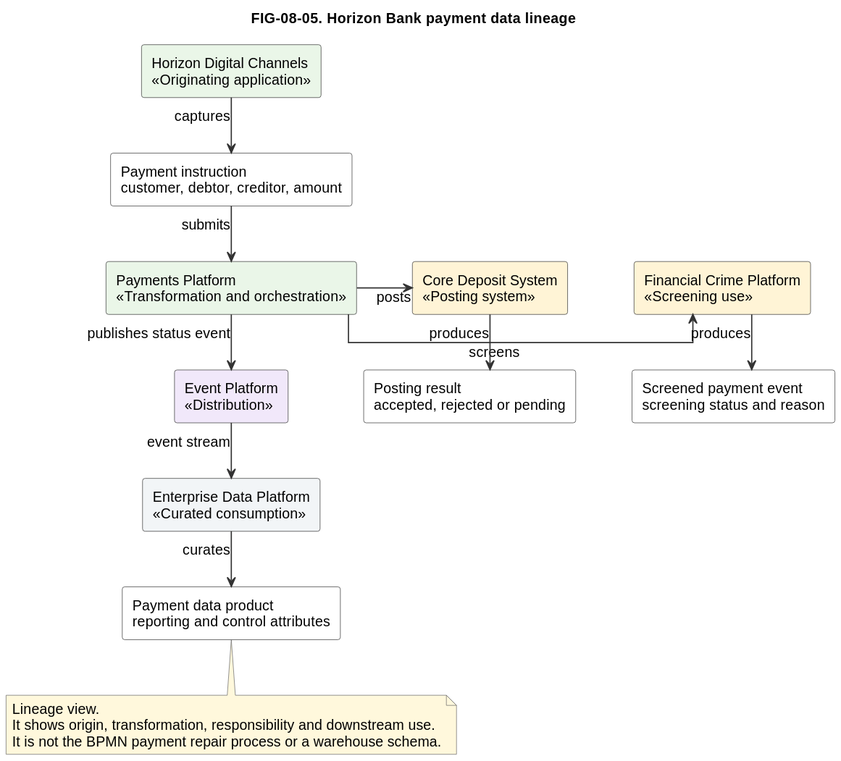
nishikanttiwari01/Architecture_Modelling keeps this PlantUML diagram as diagrams/exported/svg/FIG-08-05-horizon-bank-payment-lineage.svg. Above is the earlier version.
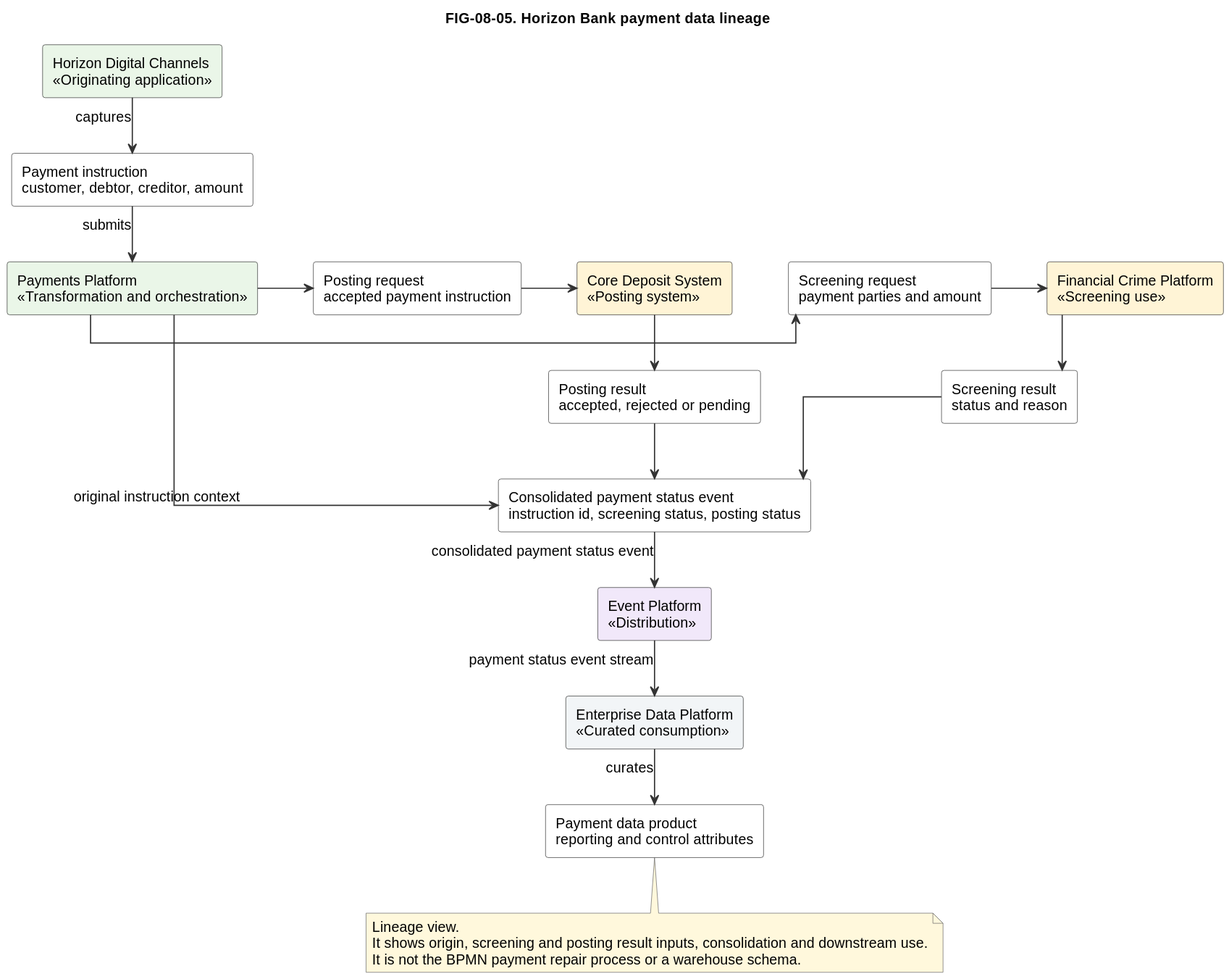
Later version of the same file.

Change to the diagram source:
```diff
@@ -13,25 +13,33 @@
 rectangle "Payments Platform\n<<Transformation and orchestration>>" as Payments #EAF6E8
 rectangle "Financial Crime Platform\n<<Screening use>>" as FinancialCrime #FFF4D6
 rectangle "Core Deposit System\n<<Posting system>>" as Core #FFF4D6
-rectangle "Screened payment event\nscreening status and reason" as Screened #FFFFFF
+rectangle "Screening request\npayment parties and amount" as ScreeningRequest #FFFFFF
+rectangle "Screening result\nstatus and reason" as ScreeningResult #FFFFFF
+rectangle "Posting request\naccepted payment instruction" as PostingRequest #FFFFFF
 rectangle "Posting result\naccepted, rejected or pending" as Posting #FFFFFF
+rectangle "Consolidated payment status event\ninstruction id, screening status, posting status" as Consolidated #FFFFFF
 rectangle "Event Platform\n<<Distribution>>" as EventPlatform #F1E8FA
 rectangle "Enterprise Data Platform\n<<Curated consumption>>" as DataPlatform #F2F5F7
 rectangle "Payment data product\nreporting and control attributes" as DataProduct #FFFFFF
 
 Digital --> Instruction : captures
 Instruction --> Payments : submits
-Payments -right-> FinancialCrime : screens
-FinancialCrime --> Screened : produces
-Payments -right-> Core : posts
-Core --> Posting : produces
-Payments --> EventPlatform : publishes status event
-EventPlatform --> DataPlatform : event stream
+Payments -right-> ScreeningRequest
+ScreeningRequest -right-> FinancialCrime
+FinancialCrime -down-> ScreeningResult
+Payments -right-> PostingRequest
+PostingRequest -right-> Core
+Core --> Posting
+Payments --> Consolidated : original instruction context
+ScreeningResult --> Consolidated
+Posting --> Consolidated
+Consolidated --> EventPlatform : consolidated payment status event
+EventPlatform --> DataPlatform : payment status event stream
 DataPlatform --> DataProduct : curates
 
 note bottom
   Lineage view.
-  It shows origin, transformation, responsibility and downstream use.
+  It shows origin, screening and posting result inputs, consolidation and downstream use.
   It is not the BPMN payment repair process or a warehouse schema.
 end note
 @enduml
```
